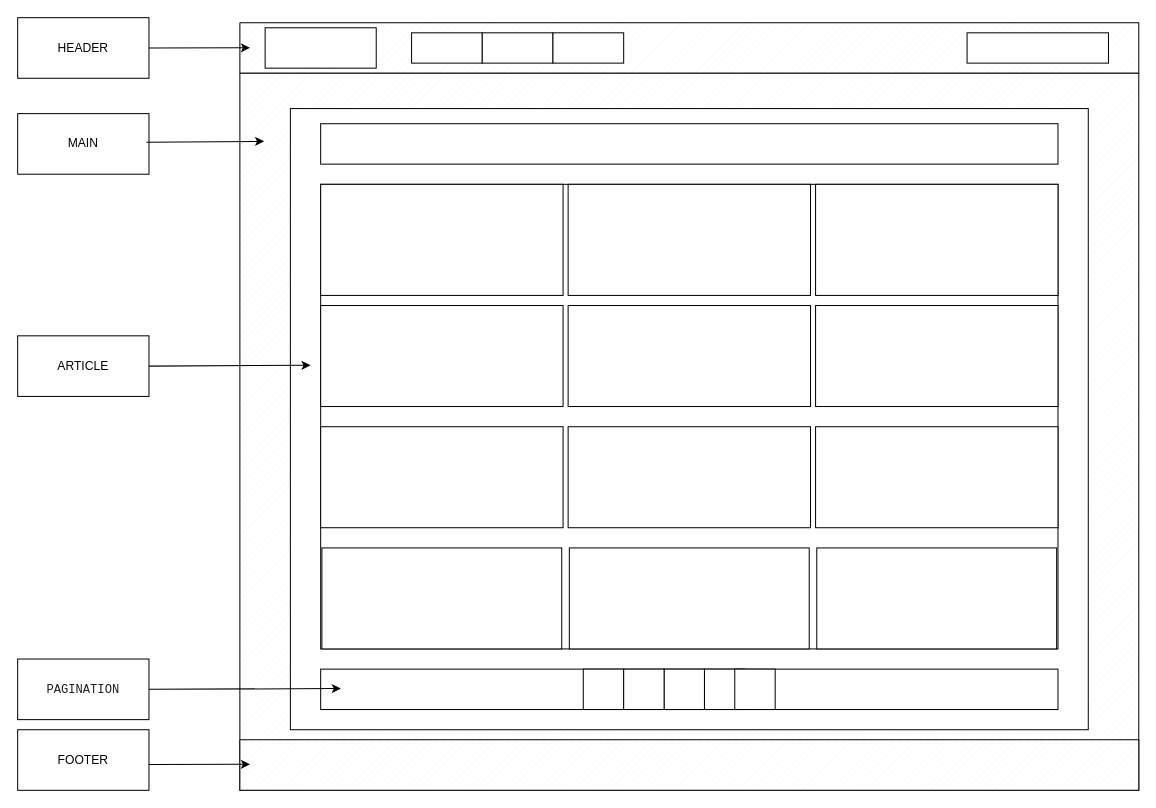
Before: Think in Boxes.drawio in Kaysen1st/ARMADA_PROJECTS, a draw.io diagram. Source tidied: cells renumbered, new cells numbered last; positions are measured from the earlier drawing's top-left corner, leaving out a move shared by most shapes. Both pictures are drawn from the tidied source at 101%, with x=0, y=0 at pixel (17, 17).
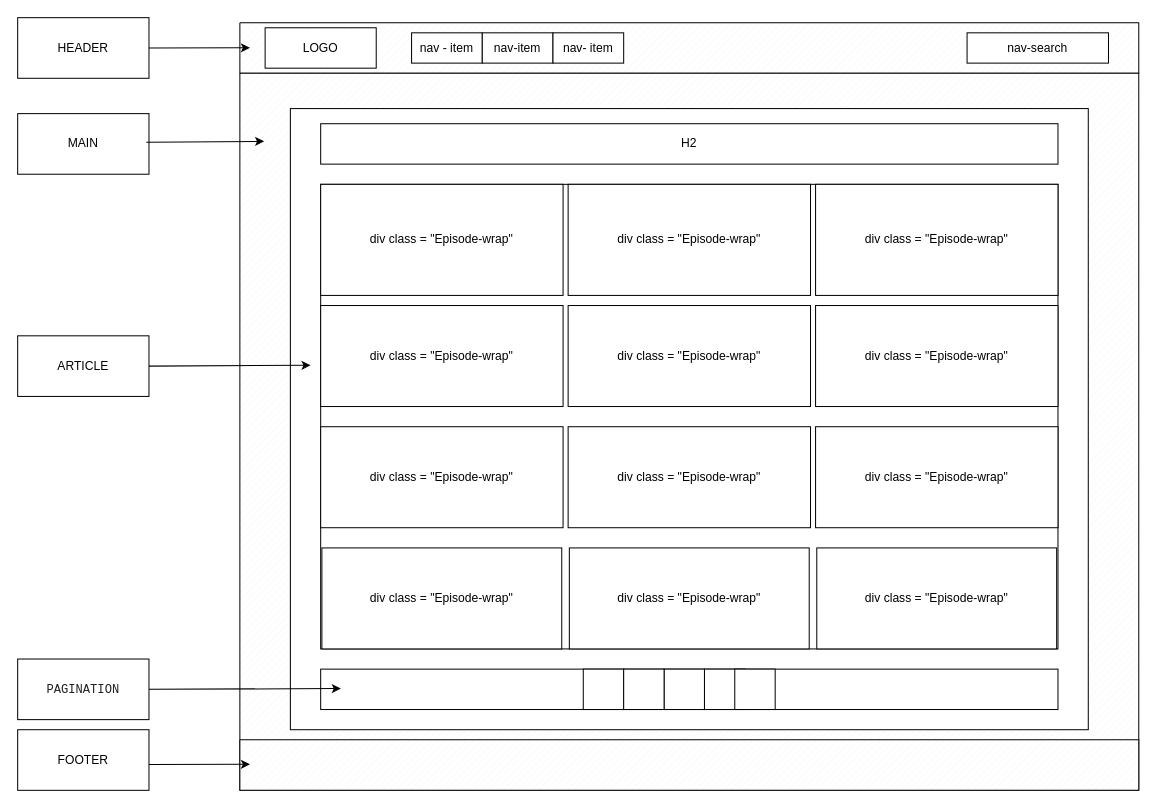
Above is the later version.

What changed in the source:
```diff
@@
-    <mxCell id="3" style="rounded=0;whiteSpace=wrap;html=1;" parent="1" vertex="1">
+    <mxCell id="3" value="LOGO" style="rounded=0;whiteSpace=wrap;html=1;" parent="1" vertex="1">
       <mxGeometry x="245" y="10" width="110" height="40" as="geometry" />
     </mxCell>
-    <mxCell id="4" style="rounded=0;whiteSpace=wrap;html=1;" parent="1" vertex="1">
+    <mxCell id="4" value="nav - item" style="rounded=0;whiteSpace=wrap;html=1;" parent="1" vertex="1">
       <mxGeometry x="390" y="15" width="70" height="30" as="geometry" />
     </mxCell>
-    <mxCell id="5" style="rounded=0;whiteSpace=wrap;html=1;" parent="1" vertex="1">
+    <mxCell id="5" value="nav-item" style="rounded=0;whiteSpace=wrap;html=1;" parent="1" vertex="1">
       <mxGeometry x="460" y="15" width="70" height="30" as="geometry" />
     </mxCell>
-    <mxCell id="6" style="rounded=0;whiteSpace=wrap;html=1;" parent="1" vertex="1">
+    <mxCell id="6" value="nav- item" style="rounded=0;whiteSpace=wrap;html=1;" parent="1" vertex="1">
       <mxGeometry x="530" y="15" width="70" height="30" as="geometry" />
     </mxCell>
-    <mxCell id="7" style="rounded=0;whiteSpace=wrap;html=1;" parent="1" vertex="1">
+    <mxCell id="7" value="nav-search" style="rounded=0;whiteSpace=wrap;html=1;" parent="1" vertex="1">
       <mxGeometry x="940" y="15" width="140" height="30" as="geometry" />
     </mxCell>
@@
-    <mxCell id="10" style="rounded=0;whiteSpace=wrap;html=1;" parent="1" vertex="1">
+    <mxCell id="10" value="H2" style="rounded=0;whiteSpace=wrap;html=1;" parent="1" vertex="1">
       <mxGeometry x="300" y="105" width="730" height="40" as="geometry" />
     </mxCell>
@@
-    <mxCell id="12" style="rounded=0;whiteSpace=wrap;html=1;" parent="1" vertex="1">
+    <mxCell id="12" value="div class = &quot;Episode-wrap&quot;" style="rounded=0;whiteSpace=wrap;html=1;" parent="1" vertex="1">
       <mxGeometry x="300" y="165" width="240" height="110" as="geometry" />
     </mxCell>
-    <mxCell id="13" style="rounded=0;whiteSpace=wrap;html=1;" parent="1" vertex="1">
+    <mxCell id="13" value="div class = &quot;Episode-wrap&quot;" style="rounded=0;whiteSpace=wrap;html=1;" parent="1" vertex="1">
       <mxGeometry x="545" y="165" width="240" height="110" as="geometry" />
     </mxCell>
-    <mxCell id="14" style="rounded=0;whiteSpace=wrap;html=1;" parent="1" vertex="1">
+    <mxCell id="14" value="div class = &quot;Episode-wrap&quot;" style="rounded=0;whiteSpace=wrap;html=1;" parent="1" vertex="1">
       <mxGeometry x="300" y="285" width="240" height="100" as="geometry" />
     </mxCell>
-    <mxCell id="15" style="rounded=0;whiteSpace=wrap;html=1;" parent="1" vertex="1">
+    <mxCell id="15" value="div class = &quot;Episode-wrap&quot;" style="rounded=0;whiteSpace=wrap;html=1;" parent="1" vertex="1">
       <mxGeometry x="790" y="165" width="240" height="110" as="geometry" />
     </mxCell>
-    <mxCell id="16" style="rounded=0;whiteSpace=wrap;html=1;" parent="1" vertex="1">
+    <mxCell id="16" value="div class = &quot;Episode-wrap&quot;" style="rounded=0;whiteSpace=wrap;html=1;" parent="1" vertex="1">
       <mxGeometry x="300" y="405" width="240" height="100" as="geometry" />
     </mxCell>
-    <mxCell id="17" style="rounded=0;whiteSpace=wrap;html=1;" parent="1" vertex="1">
+    <mxCell id="17" value="div class = &quot;Episode-wrap&quot;" style="rounded=0;whiteSpace=wrap;html=1;" parent="1" vertex="1">
       <mxGeometry x="301.2" y="525" width="237.5" height="100" as="geometry" />
     </mxCell>
-    <mxCell id="18" style="rounded=0;whiteSpace=wrap;html=1;" parent="1" vertex="1">
+    <mxCell id="18" value="div class = &quot;Episode-wrap&quot;" style="rounded=0;whiteSpace=wrap;html=1;" parent="1" vertex="1">
       <mxGeometry x="545" y="285" width="240" height="100" as="geometry" />
     </mxCell>
-    <mxCell id="19" style="rounded=0;whiteSpace=wrap;html=1;" parent="1" vertex="1">
+    <mxCell id="19" value="div class = &quot;Episode-wrap&quot;" style="rounded=0;whiteSpace=wrap;html=1;" parent="1" vertex="1">
       <mxGeometry x="545" y="405" width="240" height="100" as="geometry" />
     </mxCell>
-    <mxCell id="20" style="rounded=0;whiteSpace=wrap;html=1;" parent="1" vertex="1">
+    <mxCell id="20" value="div class = &quot;Episode-wrap&quot;" style="rounded=0;whiteSpace=wrap;html=1;" parent="1" vertex="1">
       <mxGeometry x="546.2" y="525" width="237.5" height="100" as="geometry" />
     </mxCell>
-    <mxCell id="21" style="rounded=0;whiteSpace=wrap;html=1;" parent="1" vertex="1">
+    <mxCell id="21" value="div class = &quot;Episode-wrap&quot;" style="rounded=0;whiteSpace=wrap;html=1;" parent="1" vertex="1">
       <mxGeometry x="790" y="285" width="240" height="100" as="geometry" />
     </mxCell>
-    <mxCell id="22" style="rounded=0;whiteSpace=wrap;html=1;" parent="1" vertex="1">
+    <mxCell id="22" value="div class = &quot;Episode-wrap&quot;" style="rounded=0;whiteSpace=wrap;html=1;" parent="1" vertex="1">
       <mxGeometry x="790" y="405" width="240" height="100" as="geometry" />
     </mxCell>
-    <mxCell id="23" style="rounded=0;whiteSpace=wrap;html=1;" parent="1" vertex="1">
+    <mxCell id="23" value="div class = &quot;Episode-wrap&quot;" style="rounded=0;whiteSpace=wrap;html=1;" parent="1" vertex="1">
       <mxGeometry x="791.2" y="525" width="237.5" height="100" as="geometry" />
     </mxCell>
```
